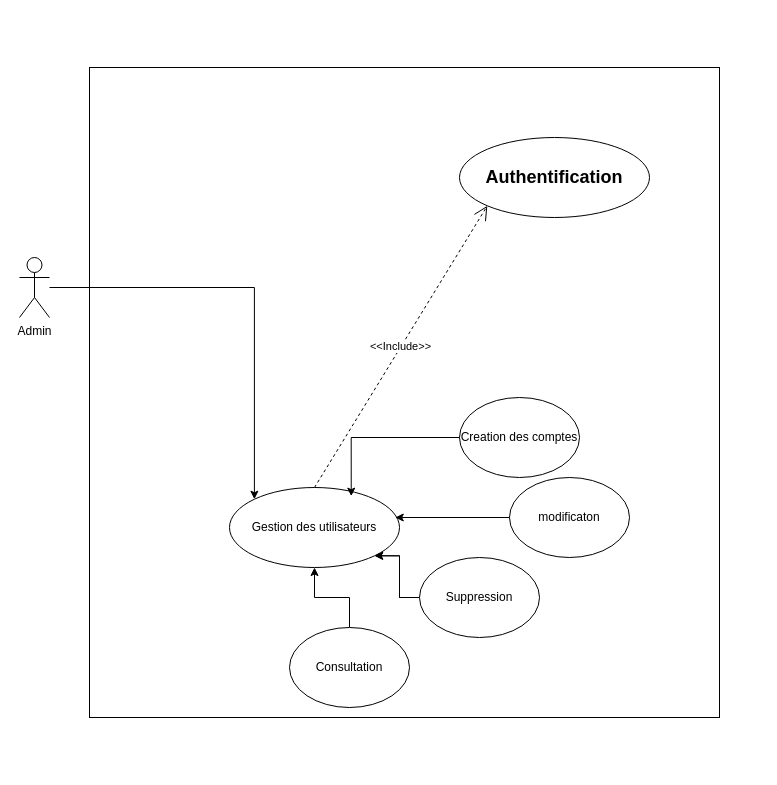
Above: smthn/usecase_user_managment.drawio in omarhafidiomarhafidi/conception (draw.io), before the change. Source tidied: cells renumbered, new cells numbered last; positions are measured from the earlier drawing's top-left corner, leaving out a move shared by most shapes. Both pictures are drawn from the tidied source at 100%, with x=0, y=0 at pixel (19, 67).
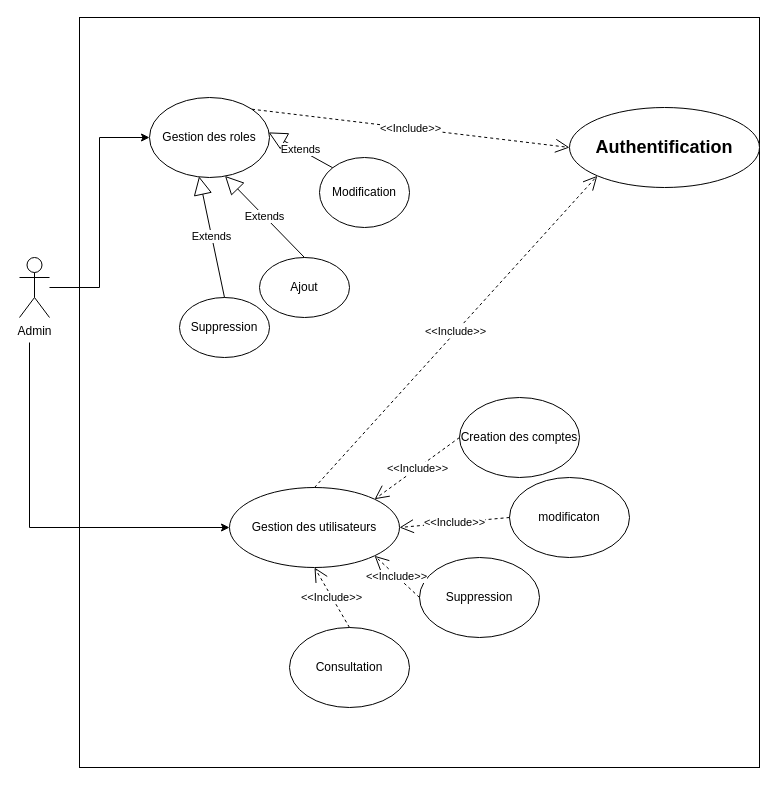
The same page after the edit.

Commit message:
Mettre à jour usecase_user_managment.drawio

Unchanged cells that the change refers to:
```xml
<mxCell id="2" value="Admin" style="shape=umlActor;verticalLabelPosition=bottom;verticalAlign=top;html=1;outlineConnect=0;" parent="1" vertex="1">
  <mxGeometry y="190" width="30" height="60" as="geometry" />
</mxCell>
<mxCell id="6" value="Gestion des utilisateurs" style="ellipse;whiteSpace=wrap;html=1;" parent="1" vertex="1">
  <mxGeometry x="210" y="420" width="170" height="80" as="geometry" />
</mxCell>
<mxCell id="7" value="Creation des comptes" style="ellipse;whiteSpace=wrap;html=1;" parent="1" vertex="1">
  <mxGeometry x="440" y="330" width="120" height="80" as="geometry" />
</mxCell>
<mxCell id="8" value="modificaton" style="ellipse;whiteSpace=wrap;html=1;" parent="1" vertex="1">
  <mxGeometry x="490" y="410" width="120" height="80" as="geometry" />
</mxCell>
<mxCell id="11" value="Suppression" style="ellipse;whiteSpace=wrap;html=1;" parent="1" vertex="1">
  <mxGeometry x="400" y="490" width="120" height="80" as="geometry" />
</mxCell>
<mxCell id="13" value="Consultation" style="ellipse;whiteSpace=wrap;html=1;" parent="1" vertex="1">
  <mxGeometry x="270" y="560" width="120" height="80" as="geometry" />
</mxCell>
```

The edit, as a diff of the source:
```diff
@@
     <mxCell id="3" style="rounded=0;whiteSpace=wrap;html=1;" parent="1" vertex="1">
-      <mxGeometry x="70" width="630" height="650" as="geometry" />
+      <mxGeometry x="60" y="-50" width="680" height="750" as="geometry" />
     </mxCell>
-    <mxCell id="4" style="edgeStyle=orthogonalEdgeStyle;rounded=0;jettySize=auto;html=1;entryX=0;entryY=0;entryDx=0;entryDy=0;" parent="1" edge="1" source="2" target="6">
-      <mxGeometry relative="1" as="geometry" />
+    <mxCell id="4" style="edgeStyle=orthogonalEdgeStyle;rounded=0;jettySize=auto;html=1;entryX=0;entryY=0.5;entryDx=0;entryDy=0;" parent="1" edge="1" target="6">
+      <mxGeometry relative="1" as="geometry">
+        <mxPoint x="10" y="275" as="sourcePoint" />
+        <Array as="points">
+          <mxPoint x="10" y="460" />
+        </Array>
+      </mxGeometry>
     </mxCell>
     <mxCell id="5" value="&lt;b&gt;&lt;font style=&quot;font-size: 18px;&quot;&gt;Authentification&lt;/font&gt;&lt;/b&gt;" style="ellipse;whiteSpace=wrap;html=1;" parent="1" vertex="1">
-      <mxGeometry x="440" y="70" width="190" height="80" as="geometry" />
+      <mxGeometry x="550" y="40" width="190" height="80" as="geometry" />
     </mxCell>
@@
-    <mxCell id="9" style="edgeStyle=orthogonalEdgeStyle;rounded=0;jettySize=auto;html=1;entryX=1;entryY=1;entryDx=0;entryDy=0;" parent="1" edge="1" source="11" target="6">
-      <mxGeometry relative="1" as="geometry" />
-    </mxCell>
-    <mxCell id="10" style="edgeStyle=orthogonalEdgeStyle;rounded=0;jettySize=auto;html=1;exitX=0;exitY=0.5;exitDx=0;exitDy=0;entryX=1;entryY=1;entryDx=0;entryDy=0;" parent="1" edge="1" source="11" target="6">
-      <mxGeometry relative="1" as="geometry" />
-    </mxCell>
@@
-    <mxCell id="12" style="edgeStyle=orthogonalEdgeStyle;rounded=0;jettySize=auto;html=1;exitX=0.5;exitY=0;exitDx=0;exitDy=0;entryX=0.5;entryY=1;entryDx=0;entryDy=0;" parent="1" edge="1" source="13" target="6">
-      <mxGeometry relative="1" as="geometry" />
-    </mxCell>
@@
+    <mxCell id="16" value="&amp;lt;&amp;lt;Include&amp;gt;&amp;gt;" style="endArrow=open;endSize=12;dashed=1;html=1;rounded=0;exitX=0.5;exitY=0;exitDx=0;exitDy=0;entryX=0;entryY=1;entryDx=0;entryDy=0;" parent="1" edge="1" source="6" target="5">
+      <mxGeometry relative="1" as="geometry" />
+    </mxCell>
+    <mxCell id="17" value="Gestion des roles" style="ellipse;whiteSpace=wrap;html=1;" parent="1" vertex="1">
+      <mxGeometry x="130" y="30" width="120" height="80" as="geometry" />
+    </mxCell>
+    <mxCell id="18" value="Modification" style="ellipse;whiteSpace=wrap;html=1;" parent="1" vertex="1">
+      <mxGeometry x="300" y="90" width="90" height="70" as="geometry" />
+    </mxCell>
+    <mxCell id="19" value="Ajout" style="ellipse;whiteSpace=wrap;html=1;" parent="1" vertex="1">
+      <mxGeometry x="240" y="190" width="90" height="60" as="geometry" />
+    </mxCell>
+    <mxCell id="20" value="Suppression" style="ellipse;whiteSpace=wrap;html=1;" parent="1" vertex="1">
+      <mxGeometry x="160" y="230" width="90" height="60" as="geometry" />
+    </mxCell>
+    <mxCell id="21" value="Extends" style="endArrow=block;endSize=16;endFill=0;html=1;rounded=0;entryX=0.413;entryY=0.986;entryDx=0;entryDy=0;entryPerimeter=0;exitX=0.5;exitY=0;exitDx=0;exitDy=0;" parent="1" edge="1" source="20" target="17">
+      <mxGeometry relative="1" as="geometry" />
+    </mxCell>
+    <mxCell id="22" value="Extends" style="endArrow=block;endSize=16;endFill=0;html=1;rounded=0;entryX=0.629;entryY=0.98;entryDx=0;entryDy=0;entryPerimeter=0;exitX=0.5;exitY=0;exitDx=0;exitDy=0;" parent="1" edge="1" source="19" target="17">
+      <mxGeometry relative="1" as="geometry" />
+    </mxCell>
+    <mxCell id="23" value="Extends" style="endArrow=block;endSize=16;endFill=0;html=1;rounded=0;entryX=0.992;entryY=0.436;entryDx=0;entryDy=0;entryPerimeter=0;exitX=0;exitY=0;exitDx=0;exitDy=0;" parent="1" edge="1" source="18" target="17">
+      <mxGeometry relative="1" as="geometry" />
+    </mxCell>
+    <mxCell id="24" value="&amp;lt;&amp;lt;Include&amp;gt;&amp;gt;" style="endArrow=open;endSize=12;dashed=1;html=1;rounded=0;exitX=1;exitY=0;exitDx=0;exitDy=0;entryX=0;entryY=0.5;entryDx=0;entryDy=0;" parent="1" edge="1" source="17" target="5">
+      <mxGeometry relative="1" as="geometry" />
+    </mxCell>
+    <mxCell id="25" style="edgeStyle=orthogonalEdgeStyle;rounded=0;jettySize=auto;html=1;entryX=0;entryY=0.5;entryDx=0;entryDy=0;" parent="1" edge="1" source="2" target="17">
+      <mxGeometry relative="1" as="geometry" />
+    </mxCell>
-    <mxCell id="14" style="edgeStyle=orthogonalEdgeStyle;rounded=0;jettySize=auto;html=1;exitX=0;exitY=0.5;exitDx=0;exitDy=0;entryX=0.716;entryY=0.108;entryDx=0;entryDy=0;entryPerimeter=0;" parent="1" edge="1" source="7" target="6">
+    <mxCell id="14" value="&amp;lt;&amp;lt;Include&amp;gt;&amp;gt;" style="endArrow=open;endSize=12;dashed=1;html=1;rounded=0;exitX=0;exitY=0.5;exitDx=0;exitDy=0;entryX=1;entryY=0;entryDx=0;entryDy=0;" parent="1" edge="1" source="7" target="6">
       <mxGeometry relative="1" as="geometry" />
     </mxCell>
-    <mxCell id="15" style="edgeStyle=orthogonalEdgeStyle;rounded=0;jettySize=auto;html=1;entryX=0.975;entryY=0.375;entryDx=0;entryDy=0;entryPerimeter=0;" parent="1" edge="1" source="8" target="6">
+    <mxCell id="15" value="&amp;lt;&amp;lt;Include&amp;gt;&amp;gt;" style="endArrow=open;endSize=12;dashed=1;html=1;rounded=0;exitX=0;exitY=0.5;exitDx=0;exitDy=0;entryX=1;entryY=0.5;entryDx=0;entryDy=0;" parent="1" edge="1" source="8" target="6">
       <mxGeometry relative="1" as="geometry" />
     </mxCell>
-    <mxCell id="16" value="&amp;lt;&amp;lt;Include&amp;gt;&amp;gt;" style="endArrow=open;endSize=12;dashed=1;html=1;rounded=0;exitX=0.5;exitY=0;exitDx=0;exitDy=0;entryX=0;entryY=1;entryDx=0;entryDy=0;" parent="1" edge="1" source="6" target="5">
-      <mxGeometry relative="1" as="geometry" />
-    </mxCell>
+    <mxCell id="26" value="&amp;lt;&amp;lt;Include&amp;gt;&amp;gt;" style="endArrow=open;endSize=12;dashed=1;html=1;rounded=0;entryX=1;entryY=1;entryDx=0;entryDy=0;" parent="1" edge="1" target="6">
+      <mxGeometry relative="1" as="geometry">
+        <mxPoint x="400" y="530" as="sourcePoint" />
+      </mxGeometry>
+    </mxCell>
+    <mxCell id="12" value="&amp;lt;&amp;lt;Include&amp;gt;&amp;gt;" style="endArrow=open;endSize=12;dashed=1;html=1;rounded=0;exitX=0.5;exitY=0;exitDx=0;exitDy=0;entryX=0.5;entryY=1;entryDx=0;entryDy=0;" parent="1" edge="1" source="13" target="6">
+      <mxGeometry relative="1" as="geometry" />
+    </mxCell>
```
